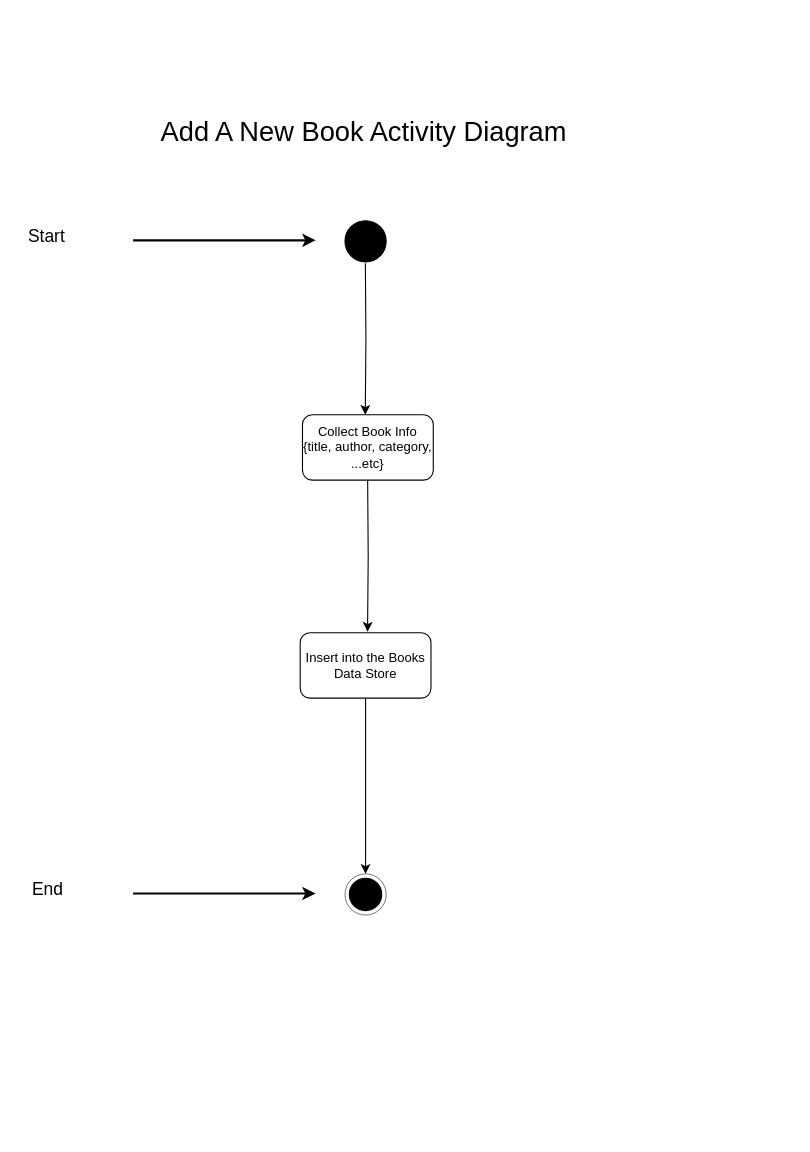
The draw.io diagram drawio files/Library Management System (Add new Book Activity Diagram).drawio in Abdulrahman-Sayed-1/Library-Management-System, before the edit. Source tidied: cells renumbered, new cells numbered last; positions are measured from the earlier drawing's top-left corner, leaving out a move shared by most shapes. Both pictures are drawn from the tidied source at 109%, with x=0, y=0 at pixel (17, 107).
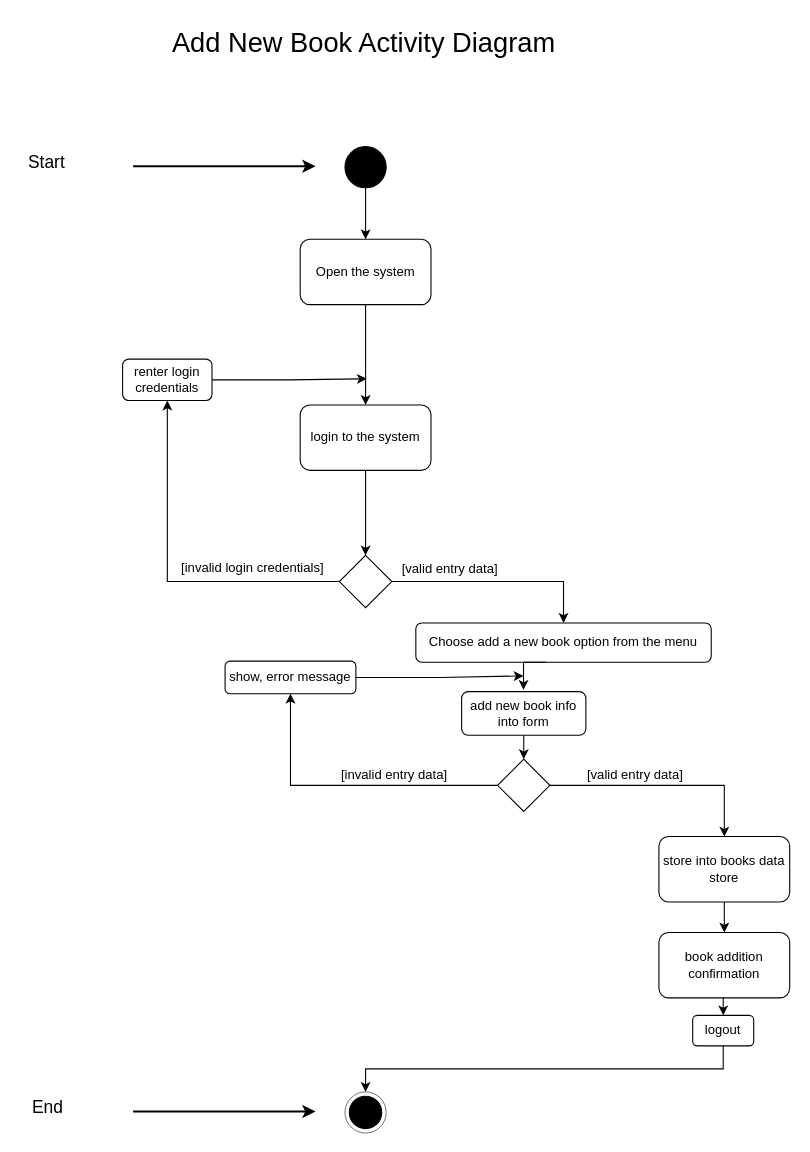
The same page after the edit.

Commit message (it also covers changes not shown here):
Update SSD, SD and Activity Diagram

What changed in the source:
```diff
@@
-    <mxCell id="2" value="&lt;span style=&quot;background-color: initial;&quot;&gt;Add A New Book Activity Diagram&lt;/span&gt;" style="text;html=1;align=center;verticalAlign=middle;strokeColor=none;fillColor=none;fontSize=25;" parent="1" vertex="1">
-      <mxGeometry x="122" width="390" height="42" as="geometry" />
+    <mxCell id="2" value="&lt;span style=&quot;background-color: initial;&quot;&gt;Add New Book Activity Diagram&lt;/span&gt;" style="text;html=1;align=center;verticalAlign=middle;strokeColor=none;fillColor=none;fontSize=25;" parent="1" vertex="1">
+      <mxGeometry x="132" y="-81" width="370" height="42" as="geometry" />
     </mxCell>
+    <mxCell id="19" value="Open the system" style="rounded=1;whiteSpace=wrap;html=1;" parent="1" vertex="1">
+      <mxGeometry x="258.9" y="121" width="120" height="60" as="geometry" />
+    </mxCell>
+    <mxCell id="20" style="edgeStyle=orthogonalEdgeStyle;rounded=0;jettySize=auto;html=1;exitX=0.5;exitY=1;exitDx=0;exitDy=0;" parent="1" edge="1" source="19" target="7">
+      <mxGeometry relative="1" as="geometry" />
+    </mxCell>
+    <mxCell id="21" style="edgeStyle=orthogonalEdgeStyle;rounded=0;jettySize=auto;html=1;exitX=0.5;exitY=1;exitDx=0;exitDy=0;" parent="1" edge="1" source="7" target="24">
+      <mxGeometry relative="1" as="geometry" />
+    </mxCell>
+    <mxCell id="7" value="login to the system" style="rounded=1;whiteSpace=wrap;html=1;" parent="1" vertex="1">
+      <mxGeometry x="258.9" y="273" width="120" height="60" as="geometry" />
+    </mxCell>
+    <mxCell id="22" style="edgeStyle=orthogonalEdgeStyle;rounded=0;jettySize=auto;html=1;exitX=0;exitY=0.5;exitDx=0;exitDy=0;entryX=0.5;entryY=1;entryDx=0;entryDy=0;" parent="1" edge="1" source="24" target="28">
+      <mxGeometry relative="1" as="geometry" />
+    </mxCell>
+    <mxCell id="23" style="edgeStyle=orthogonalEdgeStyle;rounded=0;jettySize=auto;html=1;exitX=1;exitY=0.5;exitDx=0;exitDy=0;entryX=0.5;entryY=0;entryDx=0;entryDy=0;" parent="1" edge="1" source="24" target="48">
+      <mxGeometry relative="1" as="geometry" />
+    </mxCell>
+    <mxCell id="24" style="rhombus;whiteSpace=wrap;html=1;" parent="1" vertex="1">
+      <mxGeometry x="294.9" y="411" width="48" height="48" as="geometry" />
+    </mxCell>
+    <mxCell id="25" value="[valid entry data]" style="text;html=1;align=center;verticalAlign=middle;strokeColor=none;fillColor=none;" parent="1" vertex="1">
+      <mxGeometry x="343" y="411" width="106" height="26" as="geometry" />
+    </mxCell>
+    <mxCell id="26" value="[invalid login credentials]" style="text;html=1;align=center;verticalAlign=middle;strokeColor=none;fillColor=none;" parent="1" vertex="1">
+      <mxGeometry x="140.8" y="410" width="149" height="26" as="geometry" />
+    </mxCell>
+    <mxCell id="27" style="edgeStyle=orthogonalEdgeStyle;rounded=0;jettySize=auto;html=1;exitX=1;exitY=0.5;exitDx=0;exitDy=0;" parent="1" edge="1" source="28">
+      <mxGeometry relative="1" as="geometry">
+        <mxPoint x="320" y="249" as="targetPoint" />
+      </mxGeometry>
+    </mxCell>
+    <mxCell id="28" value="renter login credentials" style="rounded=1;whiteSpace=wrap;html=1;" parent="1" vertex="1">
+      <mxGeometry x="96" y="231" width="82" height="38" as="geometry" />
+    </mxCell>
+    <mxCell id="29" style="group;" parent="1" vertex="1">
+      <mxGeometry x="4.4" y="901.2" width="333.4" height="39.8" as="geometry" />
+    </mxCell>
+    <mxCell id="9" style="group;" parent="29" vertex="1">
+      <mxGeometry x="295.6" y="2" width="37.8" height="37.8" as="geometry" />
+    </mxCell>
+    <mxCell id="10" style="ellipse;whiteSpace=wrap;html=1;fillColor=none;strokeWidth=0.5;" parent="9" vertex="1">
+      <mxGeometry width="37.8" height="37.8" as="geometry" />
+    </mxCell>
+    <mxCell id="11" style="ellipse;whiteSpace=wrap;html=1;fillColor=#000000;" parent="9" vertex="1">
+      <mxGeometry x="4" y="4" width="29.7" height="29.7" as="geometry" />
+    </mxCell>
+    <mxCell id="13" style="endArrow=classic;html=1;rounded=0;jumpSize=20;strokeWidth=2;" parent="29" edge="1">
+      <mxGeometry relative="1" as="geometry">
+        <mxPoint x="101.2" y="20" as="sourcePoint" />
+        <mxPoint x="268.6" y="20" as="targetPoint" />
+      </mxGeometry>
+    </mxCell>
+    <mxCell id="14" value="End" style="text;html=1;align=center;verticalAlign=middle;strokeColor=none;fillColor=none;fontSize=16;" parent="29" vertex="1">
+      <mxGeometry width="46" height="31" as="geometry" />
+    </mxCell>
+    <mxCell id="30" style="group;" parent="1" vertex="1">
+      <mxGeometry x="0.3" y="34" width="337.5" height="41.8" as="geometry" />
+    </mxCell>
-    <mxCell id="3" style="ellipse;whiteSpace=wrap;html=1;fillColor=#000000;" parent="1" vertex="1">
-      <mxGeometry x="300" y="104" width="37.8" height="37.8" as="geometry" />
+    <mxCell id="3" style="ellipse;whiteSpace=wrap;html=1;fillColor=#000000;" parent="30" vertex="1">
+      <mxGeometry x="299.7" y="2" width="37.8" height="37.8" as="geometry" />
     </mxCell>
-    <mxCell id="4" style="group;" parent="1" vertex="1">
-      <mxGeometry x="0.3" y="102" width="272.7" height="41.8" as="geometry" />
+    <mxCell id="4" style="group;" parent="30" vertex="1">
+      <mxGeometry width="272.7" height="41.8" as="geometry" />
     </mxCell>
@@
-    <mxCell id="7" value="Collect Book Info {title, author, category, ...etc}" style="rounded=1;whiteSpace=wrap;html=1;" parent="1" vertex="1">
-      <mxGeometry x="261" y="282" width="120" height="60" as="geometry" />
-    </mxCell>
-    <mxCell id="8" style="group;" parent="1" vertex="1">
-      <mxGeometry x="4.4" y="887.2" width="333.4" height="41.8" as="geometry" />
-    </mxCell>
-    <mxCell id="9" style="group;" parent="8" vertex="1">
-      <mxGeometry x="295.6" y="-184" width="37.8" height="37.8" as="geometry" />
-    </mxCell>
-    <mxCell id="10" style="ellipse;whiteSpace=wrap;html=1;fillColor=none;strokeWidth=0.5;" parent="9" vertex="1">
-      <mxGeometry width="37.8" height="37.8" as="geometry" />
-    </mxCell>
-    <mxCell id="11" style="ellipse;whiteSpace=wrap;html=1;fillColor=#000000;" parent="9" vertex="1">
-      <mxGeometry x="4" y="4" width="29.7" height="29.7" as="geometry" />
-    </mxCell>
-    <mxCell id="12" style="group;" parent="8" vertex="1">
-      <mxGeometry width="268.6" height="41.8" as="geometry" />
-    </mxCell>
-    <mxCell id="13" style="endArrow=classic;html=1;rounded=0;jumpSize=20;strokeWidth=2;" parent="12" edge="1">
-      <mxGeometry relative="1" as="geometry">
-        <mxPoint x="101.2" y="-166" as="sourcePoint" />
-        <mxPoint x="268.6" y="-166" as="targetPoint" />
-      </mxGeometry>
-    </mxCell>
-    <mxCell id="14" value="End" style="text;html=1;align=center;verticalAlign=middle;strokeColor=none;fillColor=none;fontSize=16;" parent="12" vertex="1">
-      <mxGeometry y="-186" width="46" height="31" as="geometry" />
-    </mxCell>
-    <mxCell id="15" style="edgeStyle=orthogonalEdgeStyle;rounded=0;jettySize=auto;html=1;exitX=0.5;exitY=1;exitDx=0;exitDy=0;entryX=0.5;entryY=0;entryDx=0;entryDy=0;" parent="1" edge="1" source="16" target="10">
-      <mxGeometry relative="1" as="geometry" />
-    </mxCell>
-    <mxCell id="16" value="Insert into the Books Data Store" style="rounded=1;whiteSpace=wrap;html=1;" parent="1" vertex="1">
-      <mxGeometry x="258.9" y="482" width="120" height="60" as="geometry" />
-    </mxCell>
-    <mxCell id="17" style="edgeStyle=orthogonalEdgeStyle;rounded=0;orthogonalLoop=1;jettySize=auto;html=1;exitX=0.5;exitY=1;exitDx=0;exitDy=0;" parent="1" edge="1">
-      <mxGeometry relative="1" as="geometry">
-        <mxPoint x="318.7" y="143" as="sourcePoint" />
-        <mxPoint x="318.6" y="282" as="targetPoint" />
-      </mxGeometry>
-    </mxCell>
-    <mxCell id="18" style="edgeStyle=orthogonalEdgeStyle;rounded=0;orthogonalLoop=1;jettySize=auto;html=1;exitX=0.5;exitY=1;exitDx=0;exitDy=0;" parent="1" edge="1">
-      <mxGeometry relative="1" as="geometry">
-        <mxPoint x="320.8" y="342" as="sourcePoint" />
-        <mxPoint x="320.7" y="481" as="targetPoint" />
-      </mxGeometry>
-    </mxCell>
+    <mxCell id="31" style="edgeStyle=orthogonalEdgeStyle;rounded=0;jettySize=auto;html=1;exitX=0.5;exitY=1;exitDx=0;exitDy=0;entryX=0.5;entryY=0;entryDx=0;entryDy=0;" parent="1" edge="1" source="3" target="19">
+      <mxGeometry relative="1" as="geometry" />
+    </mxCell>
+    <mxCell id="32" style="edgeStyle=orthogonalEdgeStyle;rounded=0;jettySize=auto;html=1;exitX=0.5;exitY=1;exitDx=0;exitDy=0;entryX=0.5;entryY=0;entryDx=0;entryDy=0;" parent="1" edge="1" source="40" target="10">
+      <mxGeometry relative="1" as="geometry" />
+    </mxCell>
+    <mxCell id="33" style="group;" parent="1" vertex="1">
+      <mxGeometry x="190" y="492" width="518" height="369" as="geometry" />
+    </mxCell>
+    <mxCell id="34" style="edgeStyle=orthogonalEdgeStyle;rounded=0;jettySize=auto;html=1;exitX=0.5;exitY=1;exitDx=0;exitDy=0;entryX=0.5;entryY=0;entryDx=0;entryDy=0;" parent="33" edge="1" source="35" target="43">
+      <mxGeometry relative="1" as="geometry" />
+    </mxCell>
+    <mxCell id="35" value="add new book info into form" style="rounded=1;whiteSpace=wrap;html=1;" parent="33" vertex="1">
+      <mxGeometry x="217" y="44" width="114" height="40" as="geometry" />
+    </mxCell>
+    <mxCell id="36" style="edgeStyle=orthogonalEdgeStyle;rounded=0;jettySize=auto;html=1;entryX=0.5;entryY=0;entryDx=0;entryDy=0;" parent="33" edge="1" source="37" target="47">
+      <mxGeometry relative="1" as="geometry" />
+    </mxCell>
+    <mxCell id="37" value="store into books data store" style="rounded=1;whiteSpace=wrap;html=1;" parent="33" vertex="1">
+      <mxGeometry x="398" y="177" width="120" height="60" as="geometry" />
+    </mxCell>
+    <mxCell id="38" style="edgeStyle=orthogonalEdgeStyle;rounded=0;jettySize=auto;html=1;" parent="33" edge="1" source="39">
+      <mxGeometry relative="1" as="geometry">
+        <mxPoint x="273.8" y="29.6" as="targetPoint" />
+      </mxGeometry>
+    </mxCell>
+    <mxCell id="39" value="show, error message" style="rounded=1;whiteSpace=wrap;html=1;" parent="33" vertex="1">
+      <mxGeometry y="16" width="120" height="30" as="geometry" />
+    </mxCell>
+    <mxCell id="40" value="logout" style="rounded=1;whiteSpace=wrap;html=1;" parent="33" vertex="1">
+      <mxGeometry x="429" y="341" width="56" height="28" as="geometry" />
+    </mxCell>
+    <mxCell id="41" style="edgeStyle=orthogonalEdgeStyle;rounded=0;jettySize=auto;html=1;exitX=1;exitY=0.5;exitDx=0;exitDy=0;entryX=0.5;entryY=0;entryDx=0;entryDy=0;" parent="33" edge="1" source="43" target="37">
+      <mxGeometry relative="1" as="geometry" />
+    </mxCell>
+    <mxCell id="42" style="edgeStyle=orthogonalEdgeStyle;rounded=0;jettySize=auto;html=1;exitX=0;exitY=0.5;exitDx=0;exitDy=0;entryX=0.5;entryY=1;entryDx=0;entryDy=0;" parent="33" edge="1" source="43" target="39">
+      <mxGeometry relative="1" as="geometry" />
+    </mxCell>
+    <mxCell id="43" style="rhombus;whiteSpace=wrap;html=1;" parent="33" vertex="1">
+      <mxGeometry x="250" y="106" width="48" height="48" as="geometry" />
+    </mxCell>
+    <mxCell id="44" value="[valid entry data]" style="text;html=1;align=center;verticalAlign=middle;strokeColor=none;fillColor=none;" parent="33" vertex="1">
+      <mxGeometry x="323" y="108" width="106" height="26" as="geometry" />
+    </mxCell>
+    <mxCell id="45" value="[invalid entry data]" style="text;html=1;align=center;verticalAlign=middle;strokeColor=none;fillColor=none;" parent="33" vertex="1">
+      <mxGeometry x="97" y="108" width="115" height="26" as="geometry" />
+    </mxCell>
+    <mxCell id="46" style="edgeStyle=orthogonalEdgeStyle;rounded=0;jettySize=auto;html=1;exitX=0.5;exitY=1;exitDx=0;exitDy=0;entryX=0.5;entryY=0;entryDx=0;entryDy=0;" parent="33" edge="1" source="47" target="40">
+      <mxGeometry relative="1" as="geometry" />
+    </mxCell>
+    <mxCell id="47" value="book&amp;nbsp;addition confirmation" style="rounded=1;whiteSpace=wrap;html=1;" parent="33" vertex="1">
+      <mxGeometry x="398" y="265" width="120" height="60" as="geometry" />
+    </mxCell>
+    <mxCell id="48" value="&lt;span style=&quot;text-wrap: nowrap;&quot;&gt;Choose add a new book&amp;nbsp;option from the menu&lt;/span&gt;" style="rounded=1;whiteSpace=wrap;html=1;" parent="1" vertex="1">
+      <mxGeometry x="365" y="473" width="271" height="36" as="geometry" />
+    </mxCell>
+    <mxCell id="49" style="edgeStyle=orthogonalEdgeStyle;rounded=0;orthogonalLoop=1;jettySize=auto;html=1;exitX=0.5;exitY=1;exitDx=0;exitDy=0;entryX=0.639;entryY=-0.04;entryDx=0;entryDy=0;entryPerimeter=0;" parent="1" edge="1">
+      <mxGeometry relative="1" as="geometry">
+        <mxPoint x="484.5" y="509" as="sourcePoint" />
+        <mxPoint x="463.8" y="534.4" as="targetPoint" />
+      </mxGeometry>
+    </mxCell>
```
